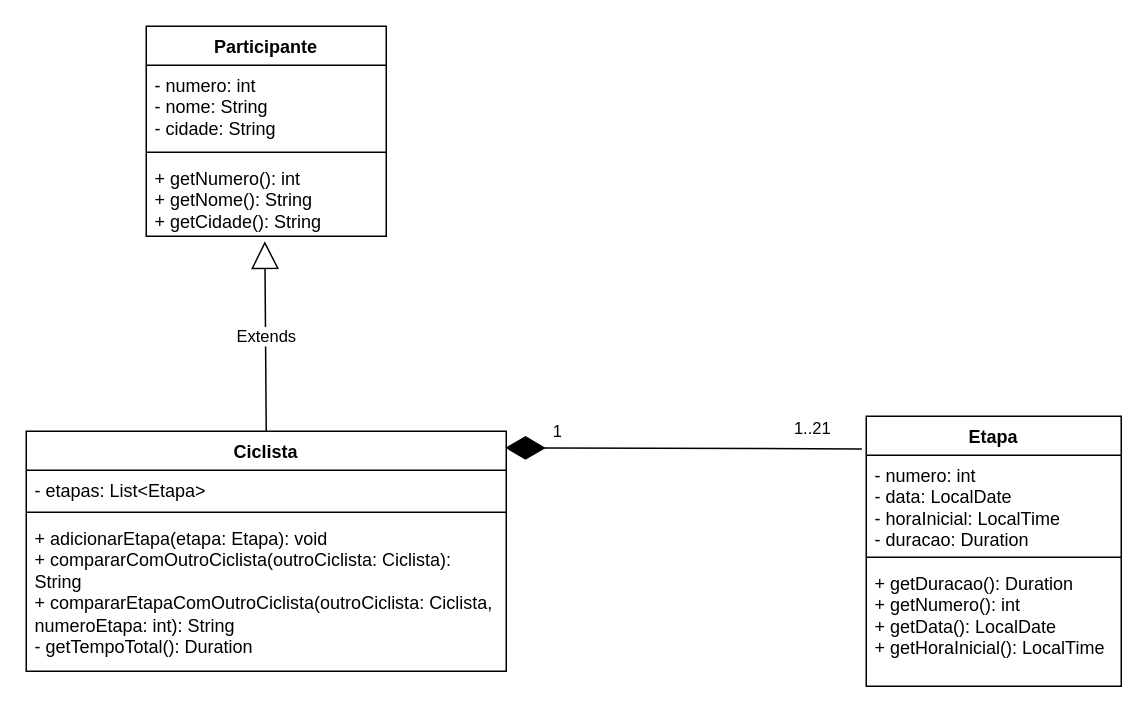
This is Bop Games - Ciclismo.drawio from viniciusgomesrod/Bop-Games---Ciclismo, a draw.io file, before an edit. Source tidied: cells renumbered, new cells numbered last; positions are measured from the earlier drawing's top-left corner, leaving out a move shared by most shapes. Both pictures are drawn from the tidied source at 150%, with x=0, y=0 at pixel (26, 26).
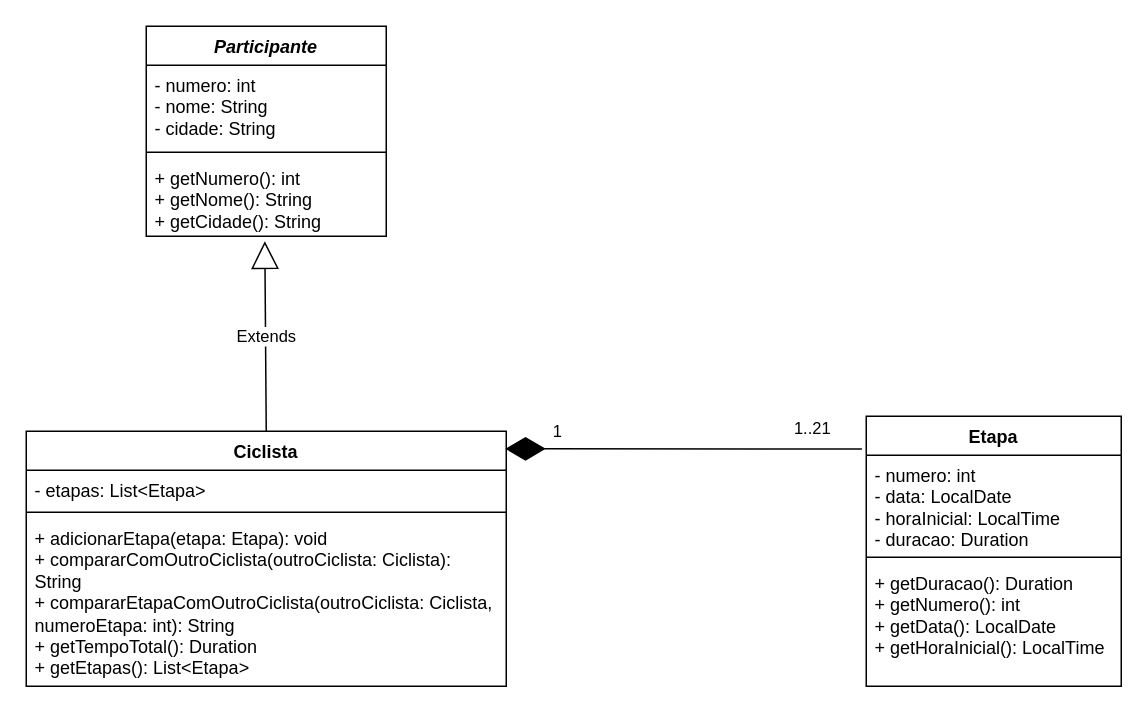
The same diagram, later.

Change to the diagram source:
```diff
@@
 <mxGraphModel>
   <root>
     <mxCell id="0" />
     <mxCell id="1" parent="0" />
     <mxCell id="2" value="Ciclista" style="swimlane;fontStyle=1;align=center;verticalAlign=top;horizontal=1;startSize=26;whiteSpace=wrap;html=1;" parent="1" vertex="1">
-      <mxGeometry y="270" width="320" height="160" as="geometry" />
+      <mxGeometry y="270" width="320" height="170" as="geometry" />
     </mxCell>
     <mxCell id="3" value="- etapas: List&amp;lt;Etapa&amp;gt;" style="text;strokeColor=none;fillColor=none;align=left;verticalAlign=top;spacingLeft=4;spacingRight=4;overflow=hidden;whiteSpace=wrap;html=1;" parent="2" vertex="1">
       <mxGeometry y="26" width="320" height="24" as="geometry" />
     </mxCell>
     <mxCell id="4" style="line;strokeWidth=1;fillColor=none;align=left;verticalAlign=middle;spacingTop=-1;spacingLeft=3;spacingRight=3;labelPosition=right;strokeColor=inherit;" parent="2" vertex="1">
       <mxGeometry y="50" width="320" height="8" as="geometry" />
     </mxCell>
-    <mxCell id="5" value="+ adicionarEtapa(etapa: Etapa): void&lt;br&gt;+ compararComOutroCiclista(outroCiclista: Ciclista): String&lt;div&gt;+ compararEtapaComOutroCiclista(outroCiclista: Ciclista, numeroEtapa: int): String&lt;/div&gt;&lt;div&gt;- getTempoTotal(): Duration&lt;/div&gt;" style="text;strokeColor=none;fillColor=none;align=left;verticalAlign=top;spacingLeft=4;spacingRight=4;overflow=hidden;whiteSpace=wrap;html=1;" parent="2" vertex="1">
-      <mxGeometry y="58" width="320" height="102" as="geometry" />
+    <mxCell id="5" value="+ adicionarEtapa(etapa: Etapa): void&lt;br&gt;+ compararComOutroCiclista(outroCiclista: Ciclista): String&lt;div&gt;+ compararEtapaComOutroCiclista(outroCiclista: Ciclista, numeroEtapa: int): String&lt;/div&gt;&lt;div&gt;+ getTempoTotal(): Duration&lt;br&gt;+ getEtapas(): List&amp;lt;Etapa&amp;gt;&lt;/div&gt;" style="text;strokeColor=none;fillColor=none;align=left;verticalAlign=top;spacingLeft=4;spacingRight=4;overflow=hidden;whiteSpace=wrap;html=1;" parent="2" vertex="1">
+      <mxGeometry y="58" width="320" height="112" as="geometry" />
     </mxCell>
     <mxCell id="6" value="Etapa" style="swimlane;fontStyle=1;align=center;verticalAlign=top;horizontal=1;startSize=26;whiteSpace=wrap;html=1;" parent="1" vertex="1">
       <mxGeometry x="560" y="260" width="170" height="180" as="geometry" />
     </mxCell>
     <mxCell id="7" value="- numero: int&lt;div&gt;- data: LocalDate&lt;/div&gt;&lt;div&gt;- horaInicial: LocalTime&lt;br&gt;- duracao: Duration&lt;/div&gt;" style="text;strokeColor=none;fillColor=none;align=left;verticalAlign=top;spacingLeft=4;spacingRight=4;overflow=hidden;whiteSpace=wrap;html=1;" parent="6" vertex="1">
       <mxGeometry y="26" width="170" height="64" as="geometry" />
     </mxCell>
     <mxCell id="8" style="line;strokeWidth=1;fillColor=none;align=left;verticalAlign=middle;spacingTop=-1;spacingLeft=3;spacingRight=3;labelPosition=right;strokeColor=inherit;" parent="6" vertex="1">
       <mxGeometry y="90" width="170" height="8" as="geometry" />
     </mxCell>
     <mxCell id="9" value="+ getDuracao(): Duration&lt;br&gt;+ getNumero(): int&lt;br&gt;+ getData(): LocalDate&lt;br&gt;+ getHoraInicial(): LocalTime" style="text;strokeColor=none;fillColor=none;align=left;verticalAlign=top;spacingLeft=4;spacingRight=4;overflow=hidden;whiteSpace=wrap;html=1;" parent="6" vertex="1">
       <mxGeometry y="98" width="170" height="82" as="geometry" />
     </mxCell>
     <mxCell id="10" value="Extends" style="endArrow=block;endSize=16;endFill=0;html=1;rounded=0;exitX=0.5;exitY=0;exitDx=0;exitDy=0;entryX=0.494;entryY=1.063;entryDx=0;entryDy=0;entryPerimeter=0;" parent="1" edge="1" source="2" target="17">
       <mxGeometry relative="1" as="geometry" />
     </mxCell>
     <mxCell id="11" style="endArrow=diamondThin;endFill=1;endSize=24;html=1;rounded=0;entryX=0.998;entryY=0.069;entryDx=0;entryDy=0;entryPerimeter=0;exitX=-0.017;exitY=0.121;exitDx=0;exitDy=0;exitPerimeter=0;" parent="1" edge="1" source="6" target="2">
       <mxGeometry relative="1" as="geometry" />
     </mxCell>
     <mxCell id="12" value="1..21" style="edgeLabel;html=1;align=center;verticalAlign=middle;" parent="11" vertex="1">
       <mxGeometry x="-0.71" relative="1" as="geometry">
         <mxPoint y="-14" as="offset" />
       </mxGeometry>
     </mxCell>
     <mxCell id="13" value="1" style="edgeLabel;html=1;align=center;verticalAlign=middle;" parent="1" vertex="1">
       <mxGeometry x="532.2" y="280" as="geometry">
         <mxPoint x="-179" y="-11" as="offset" />
       </mxGeometry>
     </mxCell>
-    <mxCell id="14" value="Participante" style="swimlane;fontStyle=1;align=center;verticalAlign=top;horizontal=1;startSize=26;whiteSpace=wrap;html=1;" parent="1" vertex="1">
+    <mxCell id="14" value="&lt;i&gt;Participante&lt;/i&gt;" style="swimlane;fontStyle=1;align=center;verticalAlign=top;horizontal=1;startSize=26;whiteSpace=wrap;html=1;" parent="1" vertex="1">
       <mxGeometry x="80" width="160" height="140" as="geometry" />
     </mxCell>
     <mxCell id="15" value="- numero: int&lt;div&gt;- nome: String&lt;/div&gt;&lt;div&gt;- cidade: String&lt;/div&gt;" style="text;strokeColor=none;fillColor=none;align=left;verticalAlign=top;spacingLeft=4;spacingRight=4;overflow=hidden;whiteSpace=wrap;html=1;" parent="14" vertex="1">
       <mxGeometry y="26" width="160" height="54" as="geometry" />
     </mxCell>
     <mxCell id="16" style="line;strokeWidth=1;fillColor=none;align=left;verticalAlign=middle;spacingTop=-1;spacingLeft=3;spacingRight=3;labelPosition=right;strokeColor=inherit;" parent="14" vertex="1">
       <mxGeometry y="80" width="160" height="8" as="geometry" />
     </mxCell>
     <mxCell id="17" value="+ getNumero(): int&lt;div&gt;+ getNome(): String&lt;br&gt;+ getCidade(): String&lt;/div&gt;" style="text;strokeColor=none;fillColor=none;align=left;verticalAlign=top;spacingLeft=4;spacingRight=4;overflow=hidden;points=[[0,0.5],[1,0.5]];portConstraint=eastwest;whiteSpace=wrap;html=1;" parent="14" vertex="1">
       <mxGeometry y="88" width="160" height="52" as="geometry" />
     </mxCell>
   </root>
 </mxGraphModel>
```
